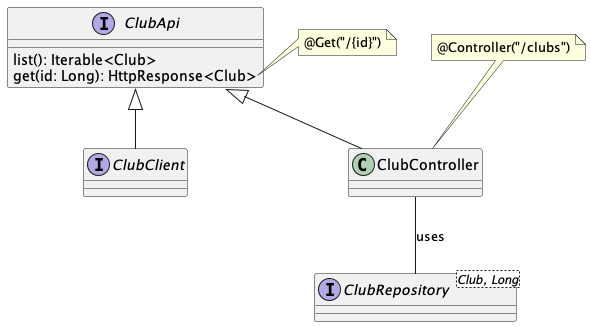
alvarosanchez/micronaut-workshop keeps this PlantUML diagram as images/rest-api.png. Above is the earlier version.
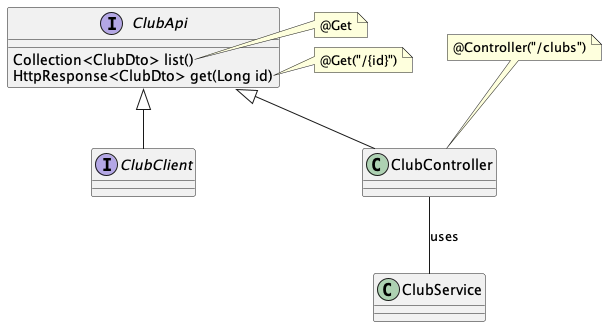
The same diagram one commit later.

The edit, as a diff of the source:
```diff
@@ -1,10 +1,13 @@
 @startuml
 interface ClubClient {}
-interface ClubRepository<Club, Long> {}
+class ClubService {}
 interface ClubApi {
-  list(): Iterable<Club>
-  get(id: Long): HttpResponse<Club>
+  Collection<ClubDto> list()
+  HttpResponse<ClubDto> get(Long id)
 }
+note right of ClubApi::list
+  @Get
+end note
 note right of ClubApi::get
   @Get("/{id}")
 end note
@@ -17,5 +20,5 @@
 
 ClubApi <|-- ClubController
 ClubApi <|-- ClubClient
-ClubController -- ClubRepository : uses
+ClubController -- ClubService : uses
 @enduml
```
